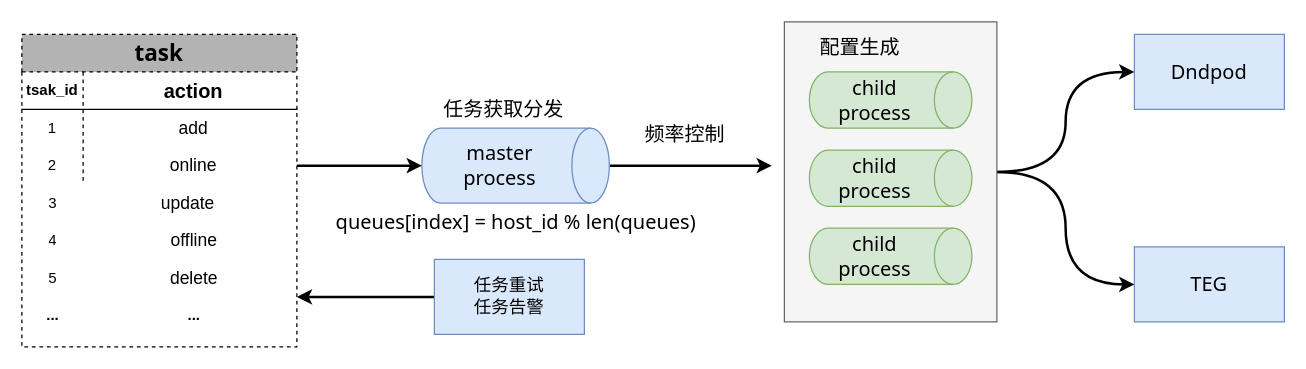
Above: page "第 6 页" (6 of 9) of tcb.drawio in wwCrazy/resume (draw.io), before the change. Source tidied: cells renumbered, new cells numbered last; positions are measured from the earlier drawing's top-left corner, leaving out a move shared by most shapes. Both pictures are drawn from the tidied source at 125%, with x=0, y=0 at pixel (21, 21).
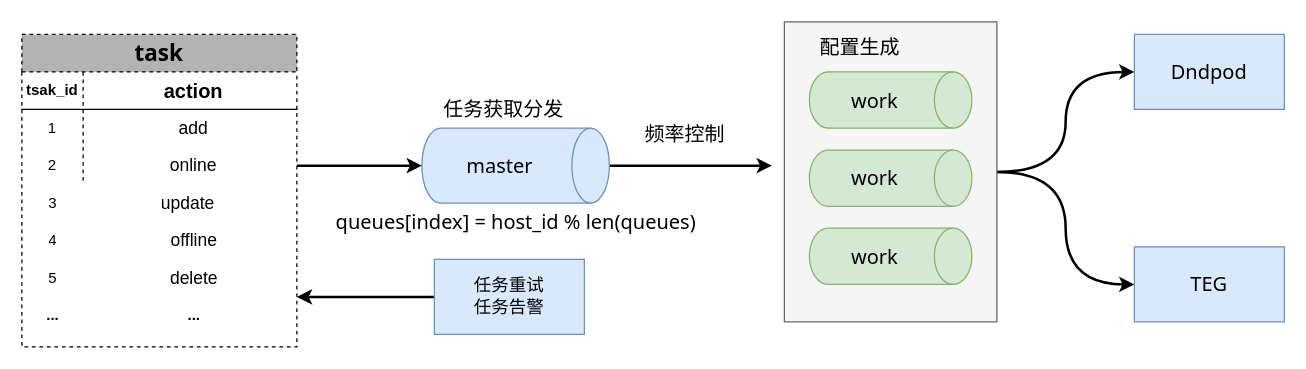
The same page after the edit.

What changed in the source:
```diff
@@
-    <mxCell id="21" value="master process" style="shape=cylinder3;whiteSpace=wrap;html=1;boundedLbl=1;backgroundOutline=1;size=15;strokeWidth=1;fillColor=#dae8fc;fontFamily=Tahoma;fontSize=16;align=center;direction=south;strokeColor=#6c8ebf;" parent="1" vertex="1">
+    <mxCell id="21" value="master" style="shape=cylinder3;whiteSpace=wrap;html=1;boundedLbl=1;backgroundOutline=1;size=15;strokeWidth=1;fillColor=#dae8fc;fontFamily=Tahoma;fontSize=16;align=center;direction=south;strokeColor=#6c8ebf;" parent="1" vertex="1">
       <mxGeometry x="320" y="85" width="150" height="60" as="geometry" />
     </mxCell>
@@
-    <mxCell id="31" value="child process" style="shape=cylinder3;whiteSpace=wrap;html=1;boundedLbl=1;backgroundOutline=1;size=15;strokeWidth=1;fillColor=#d5e8d4;fontFamily=Tahoma;fontSize=16;align=center;direction=south;strokeColor=#82b366;" parent="1" vertex="1">
+    <mxCell id="31" value="work" style="shape=cylinder3;whiteSpace=wrap;html=1;boundedLbl=1;backgroundOutline=1;size=15;strokeWidth=1;fillColor=#d5e8d4;fontFamily=Tahoma;fontSize=16;align=center;direction=south;strokeColor=#82b366;" parent="1" vertex="1">
       <mxGeometry x="630" y="40" width="130" height="45" as="geometry" />
     </mxCell>
-    <mxCell id="32" value="child process" style="shape=cylinder3;whiteSpace=wrap;html=1;boundedLbl=1;backgroundOutline=1;size=15;strokeWidth=1;fillColor=#d5e8d4;fontFamily=Tahoma;fontSize=16;align=center;direction=south;strokeColor=#82b366;" parent="1" vertex="1">
+    <mxCell id="32" value="work" style="shape=cylinder3;whiteSpace=wrap;html=1;boundedLbl=1;backgroundOutline=1;size=15;strokeWidth=1;fillColor=#d5e8d4;fontFamily=Tahoma;fontSize=16;align=center;direction=south;strokeColor=#82b366;" parent="1" vertex="1">
       <mxGeometry x="630" y="102.5" width="130" height="45" as="geometry" />
     </mxCell>
-    <mxCell id="33" value="child process" style="shape=cylinder3;whiteSpace=wrap;html=1;boundedLbl=1;backgroundOutline=1;size=15;strokeWidth=1;fillColor=#d5e8d4;fontFamily=Tahoma;fontSize=16;align=center;direction=south;strokeColor=#82b366;" parent="1" vertex="1">
+    <mxCell id="33" value="work" style="shape=cylinder3;whiteSpace=wrap;html=1;boundedLbl=1;backgroundOutline=1;size=15;strokeWidth=1;fillColor=#d5e8d4;fontFamily=Tahoma;fontSize=16;align=center;direction=south;strokeColor=#82b366;" parent="1" vertex="1">
       <mxGeometry x="630" y="165" width="130" height="45" as="geometry" />
     </mxCell>
```
